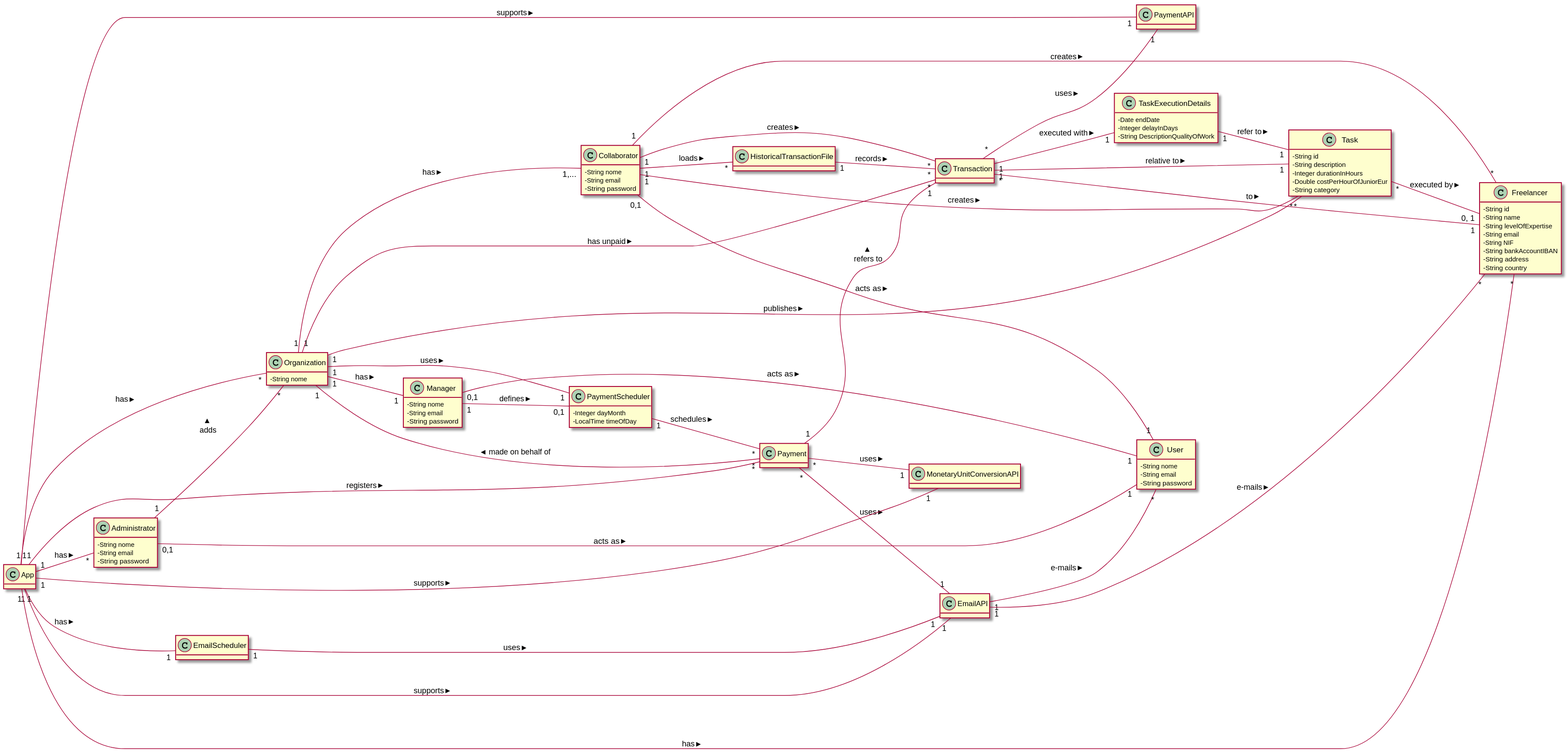
The PlantUML diagram docs/MD/MD.svg in botelho-io/lapr2-2020-g029, before a commit. Source of this version:
```plantuml
@startuml MD

skinparam classAttributeIconSize 0
hide methods
left to right direction

class Collaborator {
        - String nome
        - String email
        - String password
}

class Manager {
        - String nome
        - String email
        - String password
}

class Transaction {

}

class TaskExecutionDetails {
        - Date endDate
        - Integer delayInDays
        - String DescriptionQualityOfWork
}

class HistoricalTransactionFile {

}

class PaymentScheduler {
        - Integer dayMonth
        - LocalTime timeOfDay
}

class Organization {
        - String nome
}

class Task {
        - String id
        - String description
        - Integer durationInHours
        - Double costPerHourOfJuniorEur
        - String category
}

class App {

}

class Administrator {
        - String nome
        - String email
        - String password
}

class EmailScheduler {

}

class User {
        - String nome
        - String email
        - String password
}

class Freelancer {
        - String id
        - String name
        - String levelOfExpertise
        - String email
        - String NIF
        - String bankAccountIBAN
        - String address
        - String country
}

Collaborator                  "1" -- "*"      Transaction               : creates >
Collaborator                  "1" -- "*"      Task                      : creates >
Collaborator                  "1" -- "*"      Freelancer                : creates >
Collaborator                  "1" -- "*"      HistoricalTransactionFile : loads >
Collaborator                "0,1" -- "1"      User                      : acts as >
Manager                      "1" -- "0,1"    PaymentScheduler          : defines >
Manager                    "0,1" -- "1"      User                      : acts as >
Payment                      "1" -- "1"      Transaction               : refers to >
Payment                      "*" -- "1"      EmailAPI                  : uses >
Payment                      "*" -- "1"      MonetaryUnitConversionAPI : uses >
Payment                      "*" -- "1"     Organization              : made on behalf of >
Transaction                  "1" -- "1"      Task                      : relative to >
Transaction                  "1" -- "1"      TaskExecutionDetails      : executed with >
Transaction                  "*" -- "1"      Freelancer                : to >
Transaction                  "*" -- "1"      PaymentAPI                : uses >
TaskExecutionDetails         "1" -- "1"      Task                      : refer to >
HistoricalTransactionFile    "1" -- "*"      Transaction               : records >
PaymentScheduler             "1" -- "*"      Payment                   : schedules >
Organization                 "1" -- "1,..."  Collaborator               : has >
Organization                 "1" -- "1"      Manager                   : has >
Organization                 "1" -- "1"      PaymentScheduler          : uses >
Organization                 "1" -- "*"      Task                      : publishes >
Organization                 "1" -- "*"      Transaction               : has unpaid >
Task                         "*" -- "0, 1"   Freelancer                : executed by >
App                          "1" -- "1"      MonetaryUnitConversionAPI : supports >
App                          "1" -- "*"      Organization              : has >
App                          "1" -- "1"      EmailAPI                  : supports >
App                          "1" -- "1"      PaymentAPI                : supports >
App                          "1" -- "*"      Payment                   : registers >
App                          "1" -- "*"      Administrator             : has >
App                          "1" -- "*"      Freelancer                : has >
App                          "1" -- "1"      EmailScheduler            : has >
EmailScheduler               "1" -- "1"      EmailAPI                  : uses >
Administrator                "1" -- "*"      Organization              : adds >
Administrator              "0,1" -- "1"      User                      : acts as >
EmailAPI                     "1" -- "*"      User                      : e-mails >
EmailAPI                     "1" -- "*"      Freelancer                : e-mails >

@enduml
```
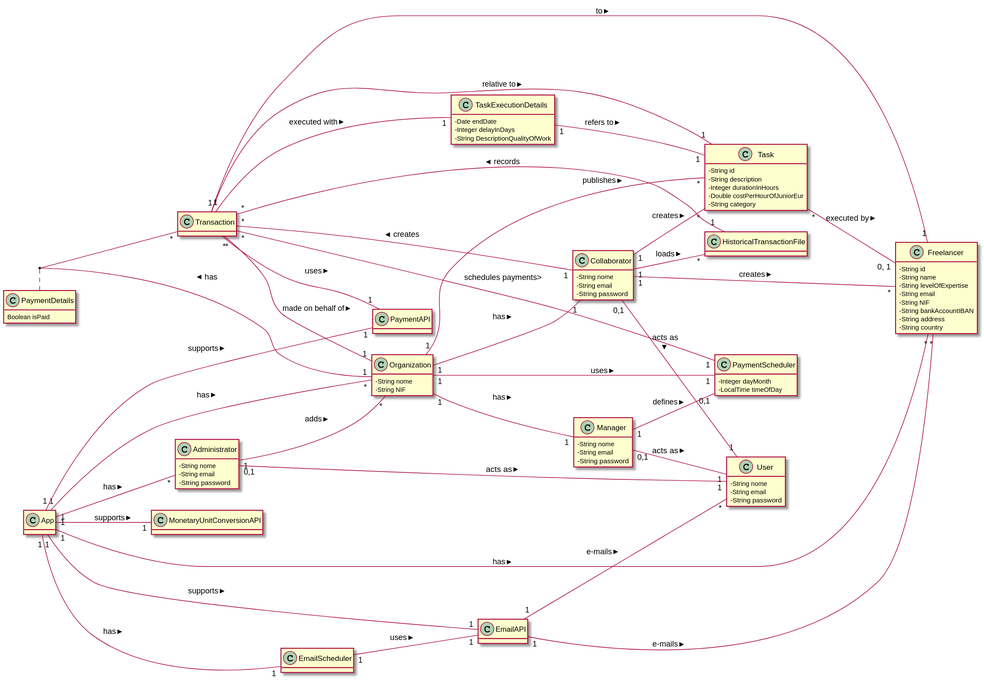
Later version of the same file.

The edit, as a diff of the source:
```diff
@@ -3,6 +3,37 @@
 skinparam classAttributeIconSize 0
 hide methods
 left to right direction
+
+class App {
+
+}
+
+class Organization {
+        - String nome
+        - String NIF
+}
+
+class Transaction {
+
+}
+
+class Task {
+        - String id
+        - String description
+        - Integer durationInHours
+        - Double costPerHourOfJuniorEur
+        - String category
+}
+
+class PaymentDetails {
+        Boolean isPaid
+}
+
+class TaskExecutionDetails {
+        - Date endDate
+        - Integer delayInDays
+        - String DescriptionQualityOfWork
+}
 
 class Collaborator {
         - String nome
@@ -16,16 +47,6 @@
         - String password
 }
 
-class Transaction {
-
-}
-
-class TaskExecutionDetails {
-        - Date endDate
-        - Integer delayInDays
-        - String DescriptionQualityOfWork
-}
-
 class HistoricalTransactionFile {
 
 }
@@ -33,22 +54,6 @@
 class PaymentScheduler {
         - Integer dayMonth
         - LocalTime timeOfDay
-}
-
-class Organization {
-        - String nome
-}
-
-class Task {
-        - String id
-        - String description
-        - Integer durationInHours
-        - Double costPerHourOfJuniorEur
-        - String category
-}
-
-class App {
-
 }
 
 class Administrator {
@@ -78,35 +83,31 @@
         - String country
 }
 
-Collaborator                  "1" -- "*"      Transaction               : creates >
-Collaborator                  "1" -- "*"      Task                      : creates >
-Collaborator                  "1" -- "*"      Freelancer                : creates >
-Collaborator                  "1" -- "*"      HistoricalTransactionFile : loads >
-Collaborator                "0,1" -- "1"      User                      : acts as >
+Collaborator                 "1" -- "*"      Transaction               : creates >
+Collaborator                 "1" -- "*"      Task                      : creates >
+Collaborator                 "1" -- "*"      Freelancer                : creates >
+Collaborator                 "1" -- "*"      HistoricalTransactionFile : loads >
+Collaborator               "0,1" -- "1"      User                      : acts as >
 Manager                      "1" -- "0,1"    PaymentScheduler          : defines >
 Manager                    "0,1" -- "1"      User                      : acts as >
-Payment                      "1" -- "1"      Transaction               : refers to >
-Payment                      "*" -- "1"      EmailAPI                  : uses >
-Payment                      "*" -- "1"      MonetaryUnitConversionAPI : uses >
-Payment                      "*" -- "1"     Organization              : made on behalf of >
 Transaction                  "1" -- "1"      Task                      : relative to >
-Transaction                  "1" -- "1"      TaskExecutionDetails      : executed with >
 Transaction                  "*" -- "1"      Freelancer                : to >
 Transaction                  "*" -- "1"      PaymentAPI                : uses >
-TaskExecutionDetails         "1" -- "1"      Task                      : refer to >
+Transaction                  "*" -- "1"      Organization              : made on behalf of >
+Transaction                  "1" -- "1"      TaskExecutionDetails      : executed with >
+TaskExecutionDetails         "1" -- "1"      Task                      : refers to >
 HistoricalTransactionFile    "1" -- "*"      Transaction               : records >
-PaymentScheduler             "1" -- "*"      Payment                   : schedules >
-Organization                 "1" -- "1,..."  Collaborator               : has >
+PaymentScheduler             "1" -- "*"      Transaction               : schedules payments>
+Organization                 "1" -- "1"      Collaborator              : has >
 Organization                 "1" -- "1"      Manager                   : has >
 Organization                 "1" -- "1"      PaymentScheduler          : uses >
 Organization                 "1" -- "*"      Task                      : publishes >
-Organization                 "1" -- "*"      Transaction               : has unpaid >
+Organization                 "1" -- "*"      Transaction               : has >
 Task                         "*" -- "0, 1"   Freelancer                : executed by >
 App                          "1" -- "1"      MonetaryUnitConversionAPI : supports >
 App                          "1" -- "*"      Organization              : has >
 App                          "1" -- "1"      EmailAPI                  : supports >
 App                          "1" -- "1"      PaymentAPI                : supports >
-App                          "1" -- "*"      Payment                   : registers >
 App                          "1" -- "*"      Administrator             : has >
 App                          "1" -- "*"      Freelancer                : has >
 App                          "1" -- "1"      EmailScheduler            : has >
@@ -115,5 +116,6 @@
 Administrator              "0,1" -- "1"      User                      : acts as >
 EmailAPI                     "1" -- "*"      User                      : e-mails >
 EmailAPI                     "1" -- "*"      Freelancer                : e-mails >
+(Organization, Transaction)      ..          PaymentDetails
 
 @enduml
```
